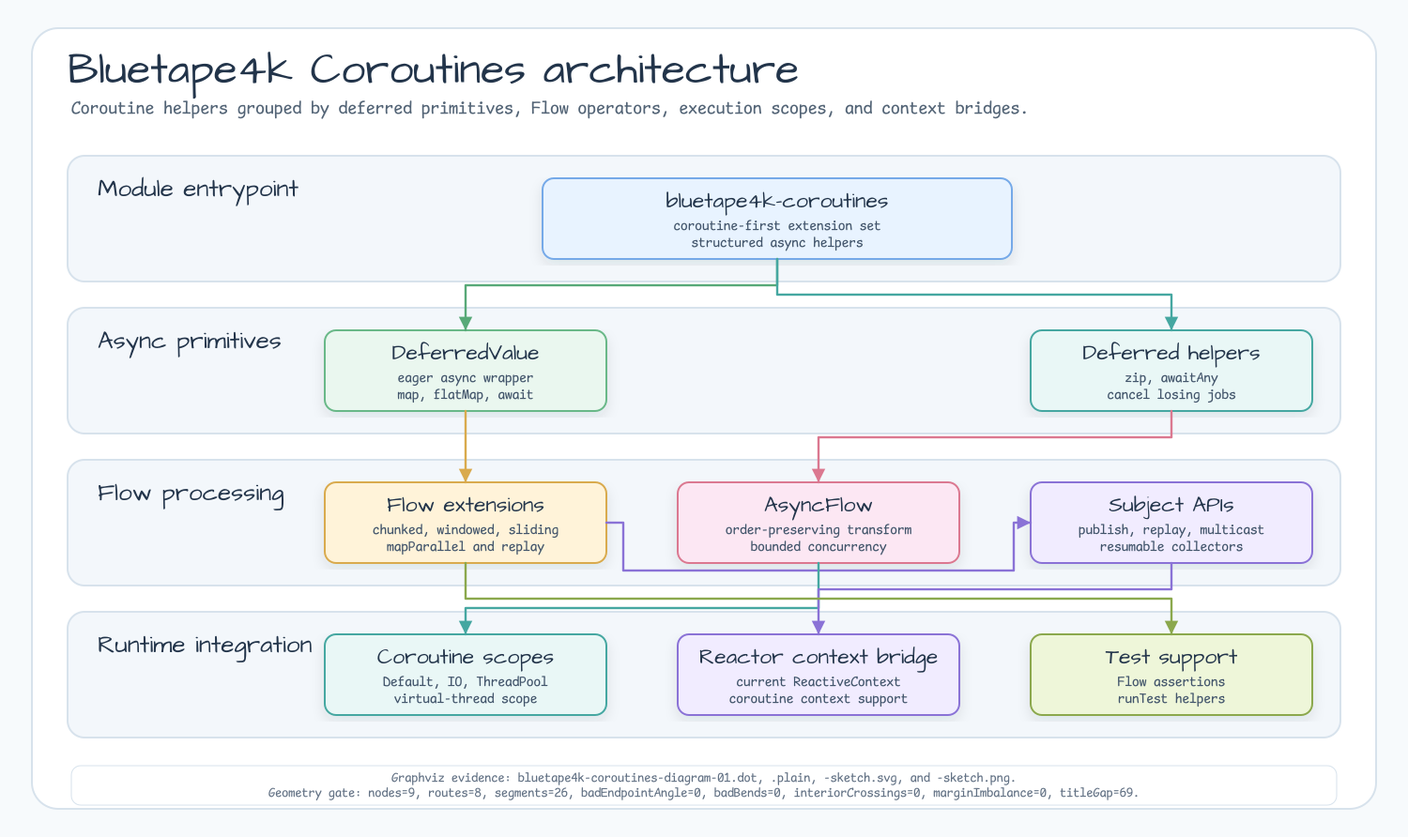
bluetape4k/bluetape4k-projects keeps this Graphviz diagram as docs/images/readme-diagrams/bluetape4k-coroutines-diagram-01.png. Above is the earlier version. Its source is kept beside it as docs/images/readme-diagrams/bluetape4k-coroutines-diagram-01.dot.
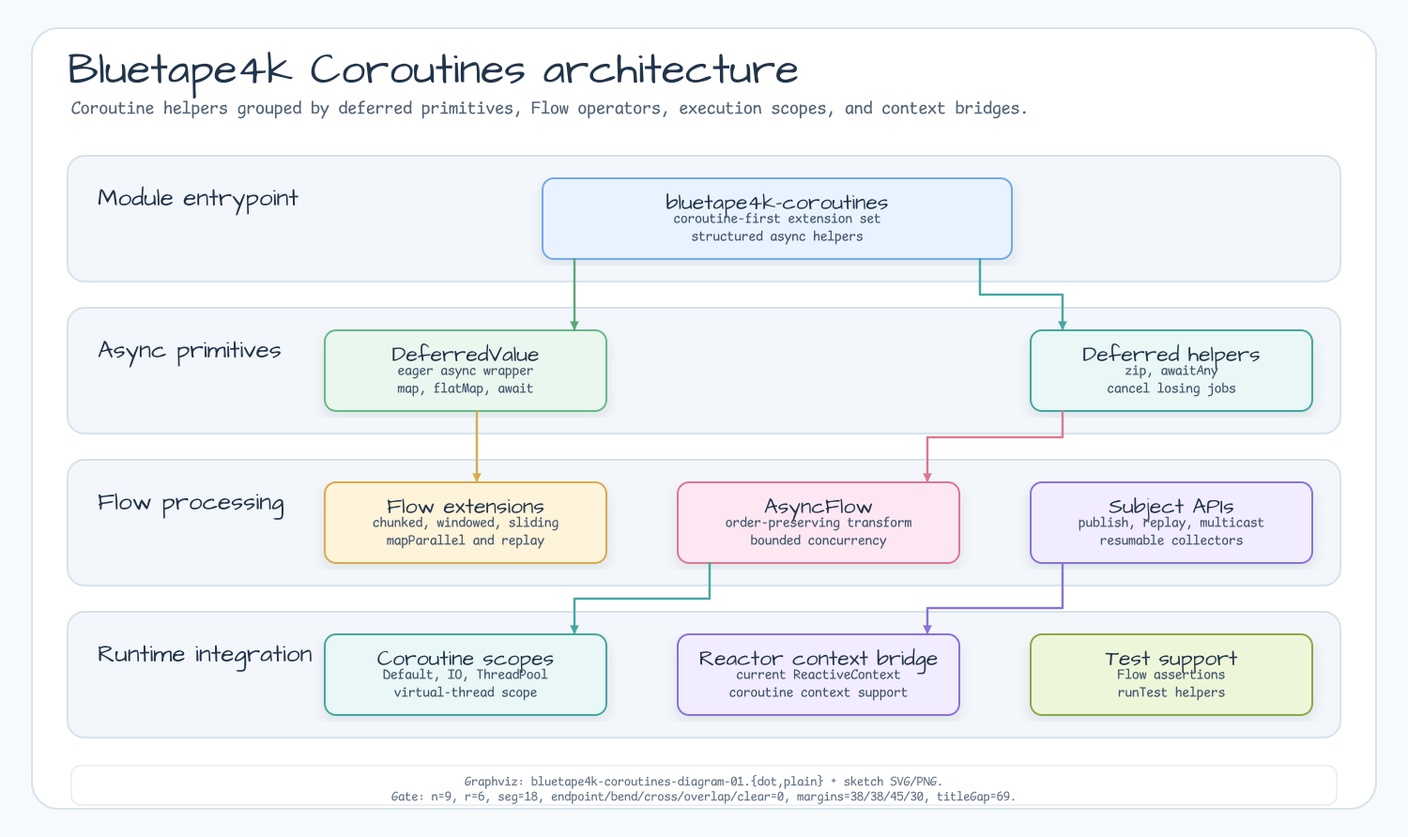
The same diagram one commit later.

Diff of the diagram source:
```diff
@@ -43,8 +43,6 @@
   "coroutines" -> "deferred-helpers" [xlabel="deferred ops", color="#45A7A1"];
   "deferred-value" -> "flow-ext" [xlabel="async values", color="#D9AA4D"];
   "deferred-helpers" -> "async-flow" [xlabel="parallel work", color="#DB7890"];
-  "flow-ext" -> "subject" [xlabel="stream state", color="#8A72D6"];
   "async-flow" -> "scopes" [xlabel="dispatch", color="#45A7A1"];
   "subject" -> "reactor" [xlabel="context", color="#8A72D6"];
-  "flow-ext" -> "tests" [xlabel="verification", color="#8BA84D"];
 }
```
